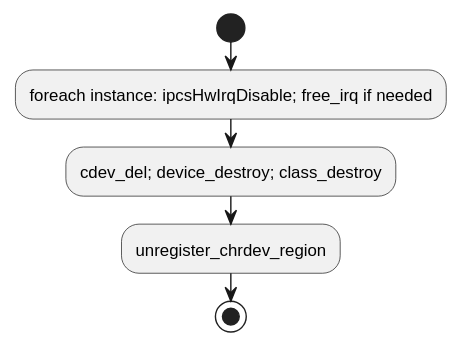
Earlier version of the PlantUML export c1_sdd_linux-ipcs/cursor_tmp/flow_svgs/linux_6_5_21_ipcsCdevClean.svg (Mastang1/sad_sdd_proj).
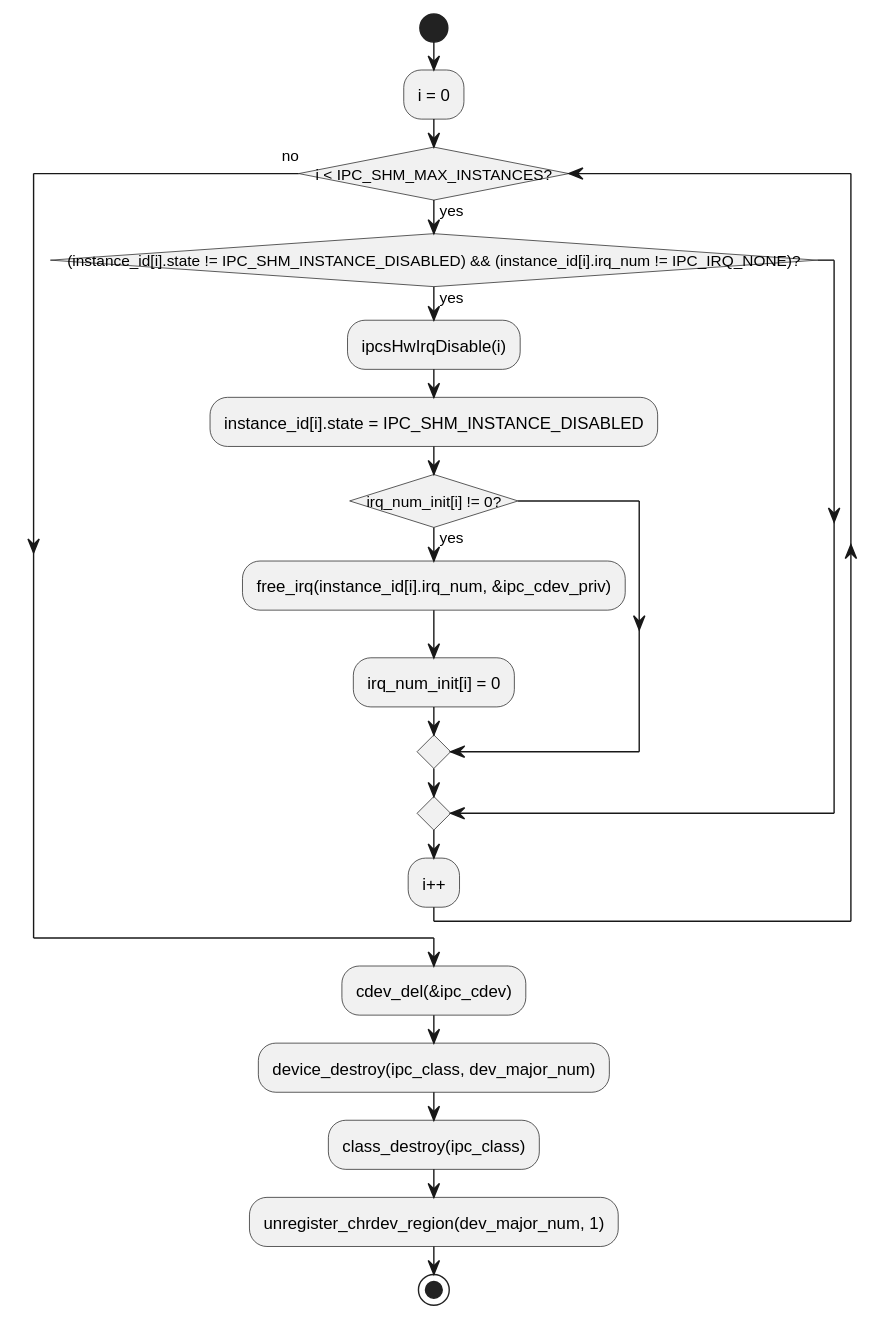
The same diagram one commit later.

The edit, as a diff of the source:
```diff
@@ -3,8 +3,21 @@
 skinparam conditionStyle insideDiamond
 skinparam linetype ortho
 start
-:foreach instance: ipcsHwIrqDisable; free_irq if needed;
-:cdev_del; device_destroy; class_destroy;
-:unregister_chrdev_region;
+:i = 0;
+while (i < IPC_SHM_MAX_INSTANCES?) is (yes)
+  if ((instance_id[i].state != IPC_SHM_INSTANCE_DISABLED) && (instance_id[i].irq_num != IPC_IRQ_NONE)?) then (yes)
+    :ipcsHwIrqDisable(i);
+    :instance_id[i].state = IPC_SHM_INSTANCE_DISABLED;
+    if (irq_num_init[i] != 0?) then (yes)
+      :free_irq(instance_id[i].irq_num, &ipc_cdev_priv);
+      :irq_num_init[i] = 0;
+    endif
+  endif
+  :i++;
+endwhile (no)
+:cdev_del(&ipc_cdev);
+:device_destroy(ipc_class, dev_major_num);
+:class_destroy(ipc_class);
+:unregister_chrdev_region(dev_major_num, 1);
 stop
 @enduml
```
